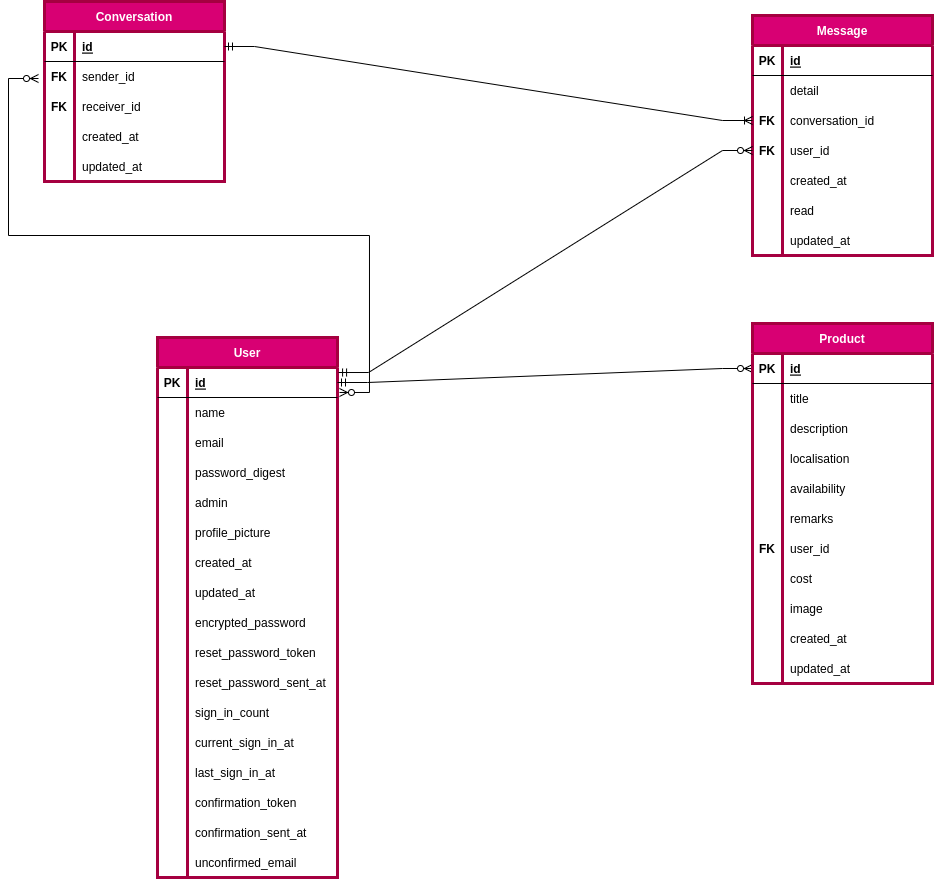
This is public/ER.png from IBRAHIMA8/Transimo, a draw.io export, as it was before one commit. Source tidied: cells renumbered, new cells last; positions are measured from the earlier drawing's top-left corner, leaving out a move shared by most shapes.
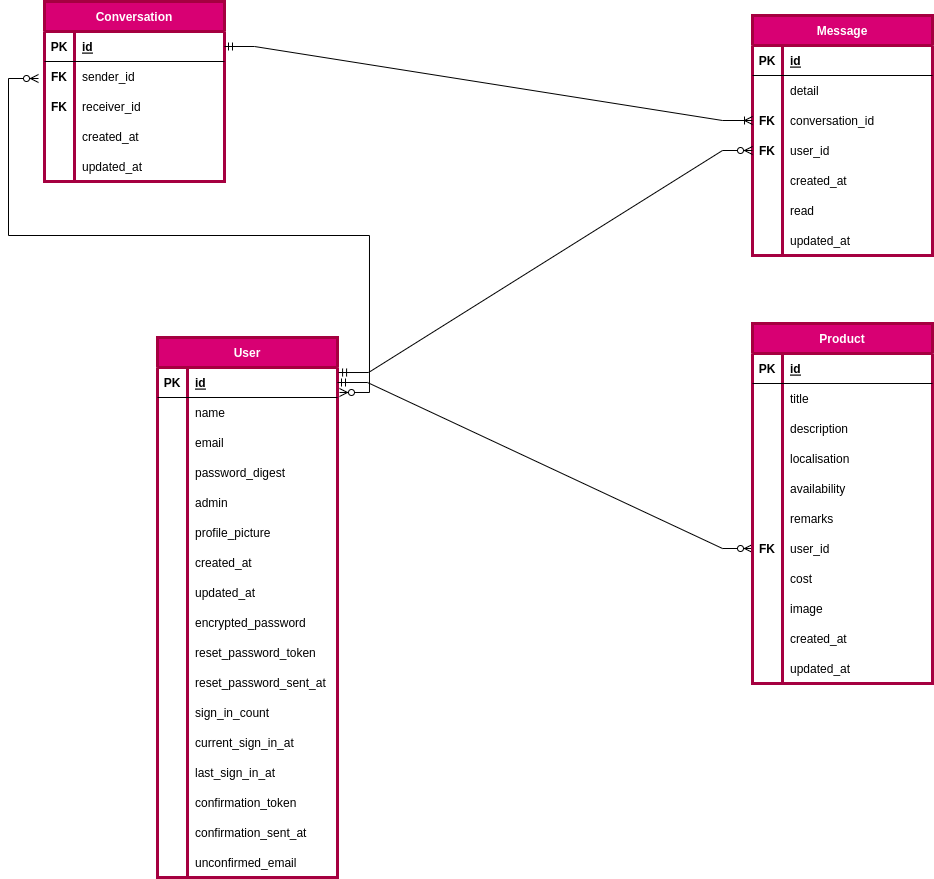
The same file after the commit.

Diff of the diagram source:
```diff
@@ -224,7 +224,7 @@
     <mxCell id="75" value="updated_at" style="shape=partialRectangle;fillColor=none;top=0;left=0;bottom=0;right=0;align=left;spacingLeft=6;overflow=hidden;" parent="73" vertex="1">
       <mxGeometry x="30" width="150" height="30" as="geometry" />
     </mxCell>
-    <mxCell id="76" style="edgeStyle=entityRelationEdgeStyle;fontSize=12;html=1;endArrow=ERzeroToMany;startArrow=ERmandOne;rounded=0;exitX=1;exitY=0.5;exitDx=0;exitDy=0;entryX=0;entryY=0.5;entryDx=0;entryDy=0;" parent="1" edge="1" source="3" target="98">
+    <mxCell id="76" style="edgeStyle=entityRelationEdgeStyle;fontSize=12;html=1;endArrow=ERzeroToMany;startArrow=ERmandOne;rounded=0;exitX=1;exitY=0.5;exitDx=0;exitDy=0;entryX=0;entryY=0.5;entryDx=0;entryDy=0;" parent="1" edge="1" source="3" target="116">
       <mxGeometry relative="1" as="geometry" />
     </mxCell>
     <mxCell id="77" value="&lt;br&gt;" style="edgeLabel;html=1;align=center;verticalAlign=middle;" parent="76" vertex="1">
```
